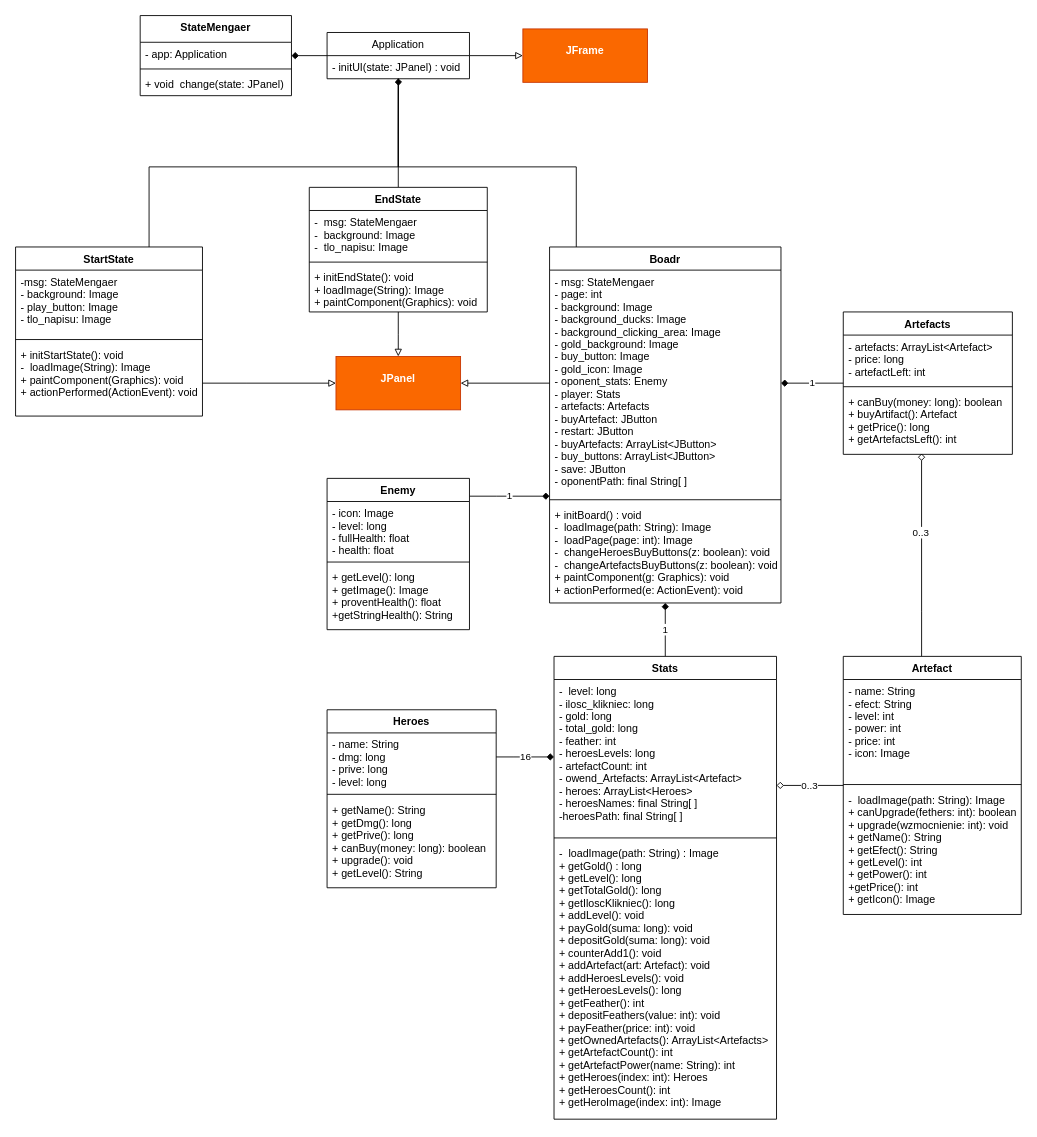
Earlier version of the draw.io diagram uml.drawio (bullyhunter1917/Duck_Clicker_Java). Source tidied: cells renumbered, new cells numbered last; positions are measured from the earlier drawing's top-left corner, leaving out a move shared by most shapes. Both pictures are drawn from the tidied source at 89%, with x=0, y=0 at pixel (15, 15).
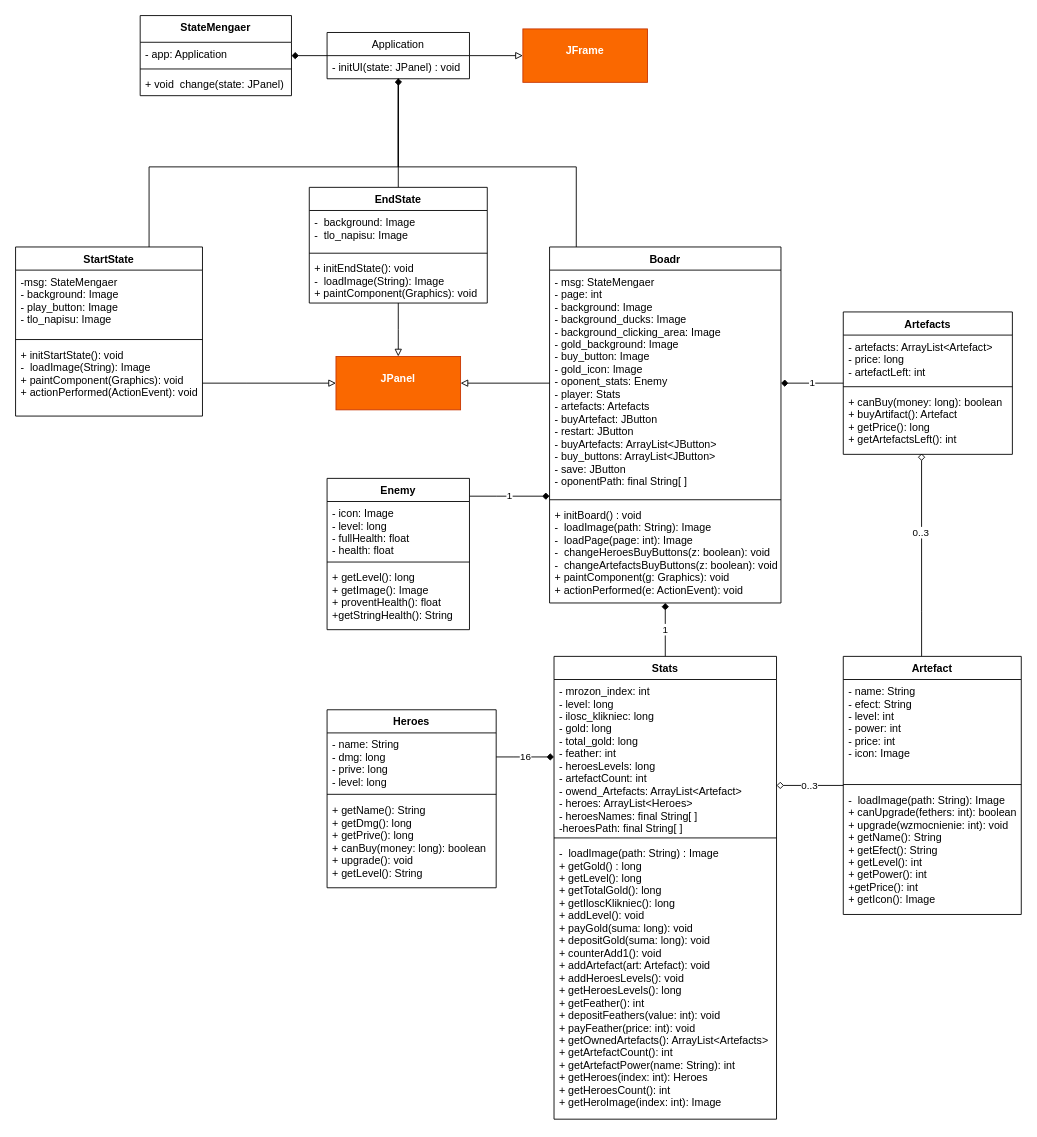
The same diagram, later.

Unchanged cells that the change refers to:
```xml
<mxCell id="17" value="Stats" style="swimlane;fontStyle=1;align=center;verticalAlign=top;horizontal=1;startSize=26;" parent="1" vertex="1">
  <mxGeometry x="605" y="720" width="250" height="520" as="geometry" />
</mxCell>
```

Change to the diagram source:
```diff
@@
-    <mxCell id="18" value="-  level: long&#10;- ilosc_klikniec: long&#10;- gold: long&#10;- total_gold: long&#10;- feather: int&#10;- heroesLevels: long&#10;- artefactCount: int&#10;- owend_Artefacts: ArrayList&lt;Artefact&gt;&#10;- heroes: ArrayList&lt;Heroes&gt;&#10;- heroesNames: final String[ ]&#10;-heroesPath: final String[ ]" style="text;strokeColor=none;fillColor=none;align=left;verticalAlign=top;spacingLeft=4;spacingRight=4;overflow=hidden;points=[[0,0.5],[1,0.5]];portConstraint=eastwest;" parent="17" vertex="1">
+    <mxCell id="18" value="- mrozon_index: int&#10;- level: long&#10;- ilosc_klikniec: long&#10;- gold: long&#10;- total_gold: long&#10;- feather: int&#10;- heroesLevels: long&#10;- artefactCount: int&#10;- owend_Artefacts: ArrayList&lt;Artefact&gt;&#10;- heroes: ArrayList&lt;Heroes&gt;&#10;- heroesNames: final String[ ]&#10;-heroesPath: final String[ ]" style="text;strokeColor=none;fillColor=none;align=left;verticalAlign=top;spacingLeft=4;spacingRight=4;overflow=hidden;points=[[0,0.5],[1,0.5]];portConstraint=eastwest;" parent="17" vertex="1">
       <mxGeometry y="26" width="250" height="174" as="geometry" />
     </mxCell>
@@
     <mxCell id="50" value="EndState" style="swimlane;fontStyle=1;align=center;verticalAlign=top;horizontal=1;startSize=26;" parent="1" vertex="1">
-      <mxGeometry x="330" y="193" width="200" height="140" as="geometry" />
+      <mxGeometry x="330" y="193" width="200" height="130" as="geometry" />
     </mxCell>
-    <mxCell id="51" value="-  msg: StateMengaer&#10;-  background: Image&#10;-  tlo_napisu: Image" style="text;strokeColor=none;fillColor=none;align=left;verticalAlign=top;spacingLeft=4;spacingRight=4;overflow=hidden;" parent="50" vertex="1">
-      <mxGeometry y="26" width="200" height="54" as="geometry" />
+    <mxCell id="51" value="-  background: Image&#10;-  tlo_napisu: Image" style="text;strokeColor=none;fillColor=none;align=left;verticalAlign=top;spacingLeft=4;spacingRight=4;overflow=hidden;" parent="50" vertex="1">
+      <mxGeometry y="26" width="200" height="44" as="geometry" />
     </mxCell>
     <mxCell id="52" style="line;strokeWidth=1;fillColor=none;align=left;verticalAlign=middle;spacingTop=-1;spacingLeft=3;spacingRight=3;labelPosition=right;" parent="50" vertex="1">
-      <mxGeometry y="80" width="200" height="8" as="geometry" />
+      <mxGeometry y="70" width="200" height="8" as="geometry" />
     </mxCell>
-    <mxCell id="53" value="+ initEndState(): void&#10;+ loadImage(String): Image&#10;+ paintComponent(Graphics): void" style="text;strokeColor=none;fillColor=none;align=left;verticalAlign=top;spacingLeft=4;spacingRight=4;overflow=hidden;" parent="50" vertex="1">
-      <mxGeometry y="88" width="200" height="52" as="geometry" />
+    <mxCell id="53" value="+ initEndState(): void&#10;-  loadImage(String): Image&#10;+ paintComponent(Graphics): void" style="text;strokeColor=none;fillColor=none;align=left;verticalAlign=top;spacingLeft=4;spacingRight=4;overflow=hidden;" parent="50" vertex="1">
+      <mxGeometry y="78" width="200" height="52" as="geometry" />
     </mxCell>
```
